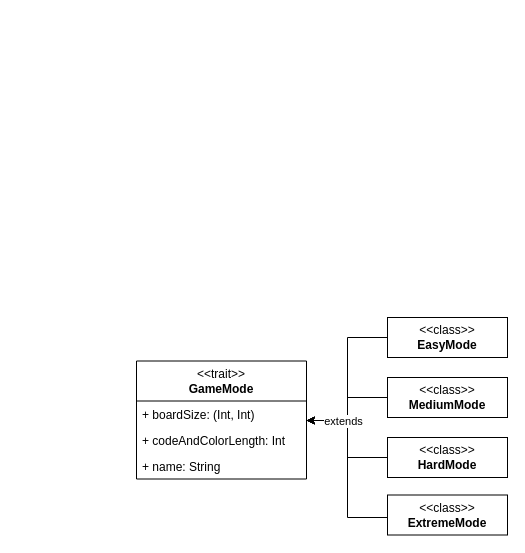
This is page "gameMode" (10 of 15) of mastermind.drawio from Totti00/PPS-22-mastermind, a draw.io file, before an edit. Source tidied: cells renumbered, new cells numbered last; positions are measured from the earlier drawing's top-left corner, leaving out a move shared by most shapes. Both pictures are drawn from the tidied source at 100%, with x=0, y=0 at pixel (136, 317).
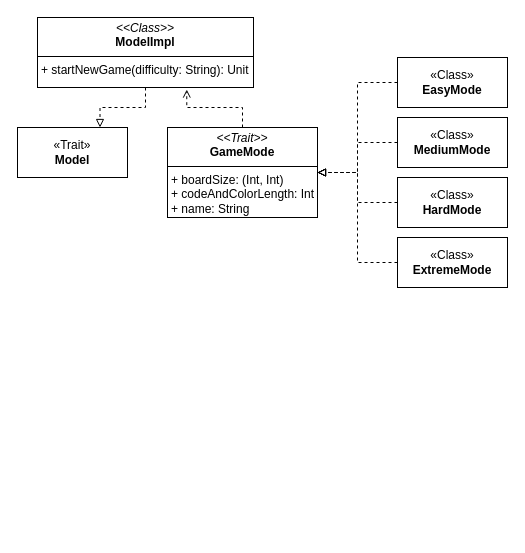
The same page after the edit.

Diff of the diagram source:
```diff
@@
-    <mxCell id="2" style="edgeStyle=orthogonalEdgeStyle;rounded=0;jettySize=auto;html=1;" parent="1" edge="1" source="3" target="6">
-      <mxGeometry relative="1" as="geometry">
-        <Array as="points">
-          <mxPoint x="211" y="20" />
-          <mxPoint x="211" y="103" />
-        </Array>
-      </mxGeometry>
-    </mxCell>
-    <mxCell id="3" value="&amp;lt;&amp;lt;class&amp;gt;&amp;gt;&lt;div&gt;&lt;b&gt;EasyMode&lt;/b&gt;&lt;/div&gt;" style="rounded=0;whiteSpace=wrap;html=1;" parent="1" vertex="1">
-      <mxGeometry x="251" width="120" height="40" as="geometry" />
-    </mxCell>
-    <mxCell id="4" style="edgeStyle=orthogonalEdgeStyle;rounded=0;jettySize=auto;html=1;" parent="1" edge="1" source="5" target="6">
-      <mxGeometry relative="1" as="geometry">
-        <Array as="points">
-          <mxPoint x="211" y="80" />
-          <mxPoint x="211" y="103" />
-        </Array>
-      </mxGeometry>
-    </mxCell>
-    <mxCell id="5" value="&amp;lt;&amp;lt;class&amp;gt;&amp;gt;&lt;div&gt;&lt;b&gt;MediumMode&lt;/b&gt;&lt;/div&gt;" style="rounded=0;whiteSpace=wrap;html=1;" parent="1" vertex="1">
-      <mxGeometry x="251" y="60" width="120" height="40" as="geometry" />
-    </mxCell>
-    <mxCell id="6" value="&lt;div style=&quot;&quot;&gt;&lt;span style=&quot;background-color: transparent; color: light-dark(rgb(0, 0, 0), rgb(255, 255, 255));&quot;&gt;&amp;lt;&amp;lt;trait&amp;gt;&amp;gt;&lt;/span&gt;&lt;/div&gt;&lt;div style=&quot;&quot;&gt;&lt;b&gt;GameMode&lt;/b&gt;&lt;/div&gt;" style="swimlane;fontStyle=0;horizontal=1;startSize=40;fillColor=none;whiteSpace=wrap;html=1;" parent="1" vertex="1">
-      <mxGeometry y="43.5" width="170" height="118" as="geometry" />
-    </mxCell>
-    <mxCell id="7" value="+ boardSize: (Int, Int)" style="text;strokeColor=none;fillColor=none;align=left;verticalAlign=top;spacingLeft=4;spacingRight=4;overflow=hidden;whiteSpace=wrap;html=1;" parent="6" vertex="1">
-      <mxGeometry y="40" width="170" height="26" as="geometry" />
-    </mxCell>
-    <mxCell id="8" value="+ codeAndColorLength: Int" style="text;strokeColor=none;fillColor=none;align=left;verticalAlign=top;spacingLeft=4;spacingRight=4;overflow=hidden;whiteSpace=wrap;html=1;" parent="6" vertex="1">
-      <mxGeometry y="66" width="170" height="26" as="geometry" />
-    </mxCell>
-    <mxCell id="9" value="+ name: String" style="text;strokeColor=none;fillColor=none;align=left;verticalAlign=top;spacingLeft=4;spacingRight=4;overflow=hidden;whiteSpace=wrap;html=1;" parent="6" vertex="1">
-      <mxGeometry y="92" width="170" height="26" as="geometry" />
-    </mxCell>
-    <mxCell id="10" style="edgeStyle=orthogonalEdgeStyle;rounded=0;jettySize=auto;html=1;" parent="1" edge="1" source="11" target="6">
-      <mxGeometry relative="1" as="geometry">
-        <Array as="points">
-          <mxPoint x="211" y="140" />
-          <mxPoint x="211" y="103" />
-        </Array>
-      </mxGeometry>
-    </mxCell>
-    <mxCell id="11" value="&amp;lt;&amp;lt;class&amp;gt;&amp;gt;&lt;div&gt;&lt;b&gt;HardMode&lt;/b&gt;&lt;/div&gt;" style="rounded=0;whiteSpace=wrap;html=1;" parent="1" vertex="1">
-      <mxGeometry x="251" y="120" width="120" height="40" as="geometry" />
-    </mxCell>
-    <mxCell id="12" style="edgeStyle=orthogonalEdgeStyle;rounded=0;jettySize=auto;html=1;" parent="1" edge="1" source="14" target="6">
-      <mxGeometry relative="1" as="geometry">
-        <Array as="points">
-          <mxPoint x="211" y="200" />
-          <mxPoint x="211" y="103" />
-        </Array>
-      </mxGeometry>
-    </mxCell>
-    <mxCell id="13" value="extends" style="edgeLabel;html=1;align=center;verticalAlign=middle;" parent="12" vertex="1">
-      <mxGeometry x="0.59" y="-1" relative="1" as="geometry">
-        <mxPoint y="1" as="offset" />
-      </mxGeometry>
-    </mxCell>
-    <mxCell id="14" value="&amp;lt;&amp;lt;class&amp;gt;&amp;gt;&lt;div&gt;&lt;b&gt;ExtremeMode&lt;/b&gt;&lt;/div&gt;" style="rounded=0;whiteSpace=wrap;html=1;" parent="1" vertex="1">
-      <mxGeometry x="251" y="177.5" width="120" height="40" as="geometry" />
-    </mxCell>
+    <mxCell id="15" value="&lt;p style=&quot;margin:0px;margin-top:4px;text-align:center;&quot;&gt;&lt;i&gt;&amp;lt;&amp;lt;Trait&amp;gt;&amp;gt;&lt;/i&gt;&lt;br&gt;&lt;b&gt;GameMode&lt;/b&gt;&lt;/p&gt;&lt;hr size=&quot;1&quot; style=&quot;border-style:solid;&quot;&gt;&lt;p style=&quot;margin:0px;margin-left:4px;&quot;&gt;+ boardSize: (Int, Int)&lt;/p&gt;&lt;p style=&quot;margin:0px;margin-left:4px;&quot;&gt;+ codeAndColorLength: Int&lt;br&gt;+ name: String&lt;/p&gt;" style="verticalAlign=top;align=left;overflow=fill;html=1;whiteSpace=wrap;" parent="1" vertex="1">
+      <mxGeometry x="31" y="-190" width="150" height="90" as="geometry" />
+    </mxCell>
+    <mxCell id="16" style="edgeStyle=orthogonalEdgeStyle;rounded=0;jettySize=auto;html=1;exitX=0;exitY=0.5;exitDx=0;exitDy=0;entryX=1;entryY=0.5;entryDx=0;entryDy=0;endArrow=block;endFill=0;dashed=1;" parent="1" edge="1" source="17" target="15">
+      <mxGeometry relative="1" as="geometry" />
+    </mxCell>
+    <mxCell id="17" value="«Class»&lt;br&gt;&lt;b&gt;EasyMode&lt;/b&gt;" style="html=1;whiteSpace=wrap;" parent="1" vertex="1">
+      <mxGeometry x="261" y="-260" width="110" height="50" as="geometry" />
+    </mxCell>
+    <mxCell id="18" style="edgeStyle=orthogonalEdgeStyle;rounded=0;jettySize=auto;html=1;exitX=0;exitY=0.5;exitDx=0;exitDy=0;entryX=1;entryY=0.5;entryDx=0;entryDy=0;endArrow=block;endFill=0;dashed=1;" parent="1" edge="1" source="19" target="15">
+      <mxGeometry relative="1" as="geometry" />
+    </mxCell>
+    <mxCell id="19" value="«Class»&lt;br&gt;&lt;b&gt;MediumMode&lt;/b&gt;" style="html=1;whiteSpace=wrap;" parent="1" vertex="1">
+      <mxGeometry x="261" y="-200" width="110" height="50" as="geometry" />
+    </mxCell>
+    <mxCell id="20" style="edgeStyle=orthogonalEdgeStyle;rounded=0;jettySize=auto;html=1;exitX=0;exitY=0.5;exitDx=0;exitDy=0;entryX=1;entryY=0.5;entryDx=0;entryDy=0;endArrow=block;endFill=0;dashed=1;" parent="1" edge="1" source="21" target="15">
+      <mxGeometry relative="1" as="geometry" />
+    </mxCell>
+    <mxCell id="21" value="«Class»&lt;br&gt;&lt;b&gt;HardMode&lt;/b&gt;" style="html=1;whiteSpace=wrap;" parent="1" vertex="1">
+      <mxGeometry x="261" y="-140" width="110" height="50" as="geometry" />
+    </mxCell>
+    <mxCell id="22" style="edgeStyle=orthogonalEdgeStyle;rounded=0;jettySize=auto;html=1;exitX=0;exitY=0.5;exitDx=0;exitDy=0;entryX=1;entryY=0.5;entryDx=0;entryDy=0;endArrow=block;endFill=0;dashed=1;" parent="1" edge="1" source="23" target="15">
+      <mxGeometry relative="1" as="geometry" />
+    </mxCell>
+    <mxCell id="23" value="«Class»&lt;br&gt;&lt;b&gt;ExtremeMode&lt;/b&gt;" style="html=1;whiteSpace=wrap;" parent="1" vertex="1">
+      <mxGeometry x="261" y="-80" width="110" height="50" as="geometry" />
+    </mxCell>
+    <mxCell id="24" style="edgeStyle=orthogonalEdgeStyle;rounded=0;jettySize=auto;html=1;exitX=0.5;exitY=1;exitDx=0;exitDy=0;entryX=0.75;entryY=0;entryDx=0;entryDy=0;dashed=1;endArrow=block;endFill=0;" parent="1" edge="1" source="25" target="26">
+      <mxGeometry relative="1" as="geometry" />
+    </mxCell>
+    <mxCell id="25" value="&lt;p style=&quot;margin:0px;margin-top:4px;text-align:center;&quot;&gt;&lt;i&gt;&amp;lt;&amp;lt;Class&amp;gt;&amp;gt;&lt;/i&gt;&lt;br&gt;&lt;b&gt;ModelImpl&lt;/b&gt;&lt;/p&gt;&lt;hr size=&quot;1&quot; style=&quot;border-style:solid;&quot;&gt;&lt;p style=&quot;margin:0px;margin-left:4px;&quot;&gt;+&amp;nbsp;startNewGame(difficulty: String): Unit&lt;/p&gt;" style="verticalAlign=top;align=left;overflow=fill;html=1;whiteSpace=wrap;" parent="1" vertex="1">
+      <mxGeometry x="-99" y="-300" width="216" height="70" as="geometry" />
+    </mxCell>
+    <mxCell id="26" value="«Trait»&lt;br&gt;&lt;b&gt;Model&lt;/b&gt;" style="html=1;whiteSpace=wrap;" parent="1" vertex="1">
+      <mxGeometry x="-119" y="-190" width="110" height="50" as="geometry" />
+    </mxCell>
+    <mxCell id="27" style="edgeStyle=orthogonalEdgeStyle;rounded=0;jettySize=auto;html=1;exitX=0.5;exitY=0;exitDx=0;exitDy=0;entryX=0.691;entryY=1.029;entryDx=0;entryDy=0;entryPerimeter=0;endArrow=open;endFill=0;dashed=1;" parent="1" edge="1" source="15" target="25">
+      <mxGeometry relative="1" as="geometry" />
+    </mxCell>
```
